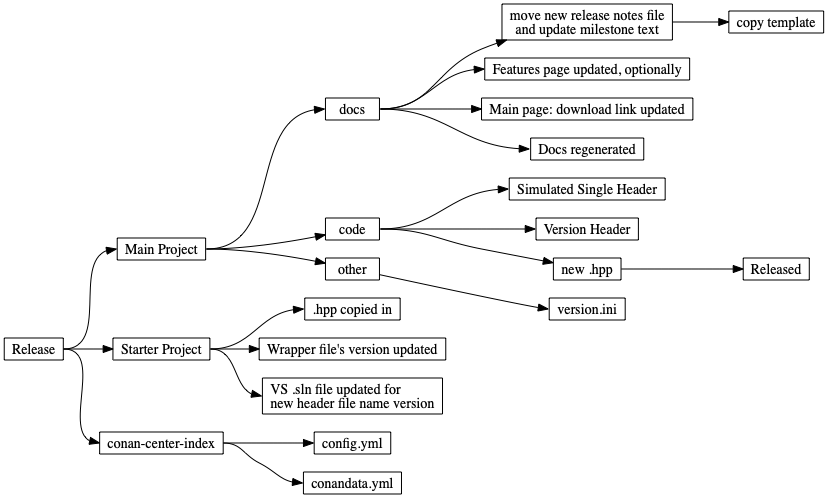
approvals/ApprovalTests.cpp keeps this Graphviz diagram as doc/images/release_files_mindmap.png. Above is the earlier version. Its source is kept beside it as doc/images/source/release_files_mindmap.dot. The source it was exported from:
```dot
digraph mdsnippets_flow {
    rankdir = "LR"
    node [fontsize = 14, shape = box, height = 0.25]
    edge [fontsize = 14]

    "Release";
    /* 1 */
    "Release": e -> "Main Project": w;
    /* 1.1 */
    "Main Project": e -> "docs": w;
    "docs": e -> "move new release notes file\land update milestone text" -> "copy template";
    "docs": e -> "Features page updated, optionally": w;
    "docs": e -> "Main page: download link updated": w;
    "docs": e -> "Docs regenerated": w;
    /* 1.2 */
    "Main Project": e -> "code";
    "code": e -> "Simulated Single Header": w;
    "code": e -> "Version Header": w;
    "code": e -> "new .hpp" -> "Released";
    /* 1.3 */
    "Main Project": e -> "other" -> "version.ini": w;
    /* 2 */
    "Release": e -> "Starter Project";
    /* 2.1 */
    "Starter Project": e -> ".hpp copied in": w;
    "Starter Project": e -> "Wrapper file's version updated": w;
    "Starter Project": e -> "VS .sln file updated for\lnew header file name version": w;
    /* 3 */
    "Release": e -> "conan-center-index": w;
    /* 3.1 */
    "conan-center-index": e -> "config.yml": w;
    "conan-center-index": e -> "conandata.yml": w;
}
```
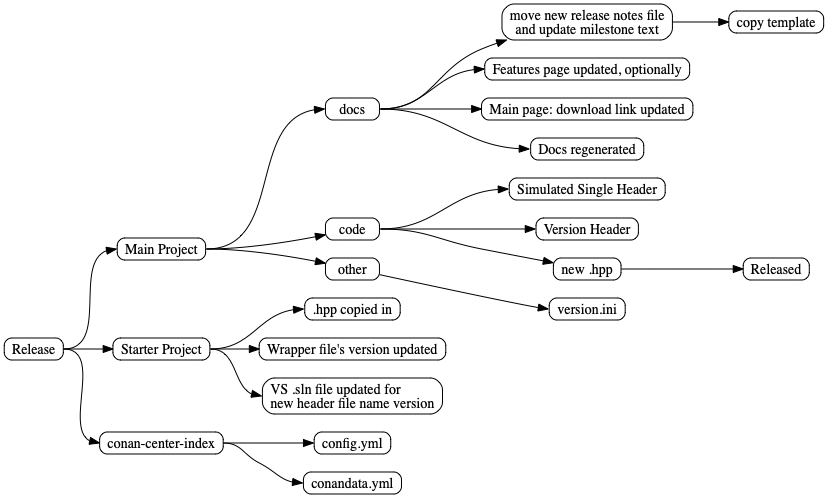
Later version of the same file.

Commit message:
d   Rounded corners for nodes

Diff of the diagram source:
```diff
@@ -1,6 +1,6 @@
 digraph mdsnippets_flow {
     rankdir = "LR"
-    node [fontsize = 14, shape = box, height = 0.25]
+    node [fontsize = 14, shape = box, style="rounded", height = 0.25]
     edge [fontsize = 14]
 
     "Release";
```
